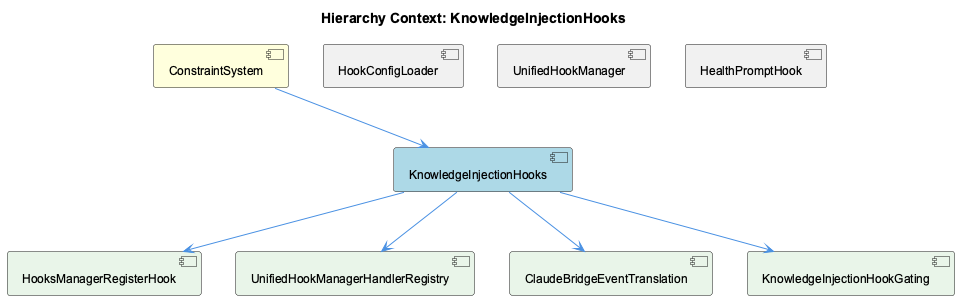
The PlantUML diagram knowledge-management/insights/images/knowledge-injection-hooks-relationship.png in fwornle/coding, before a commit.
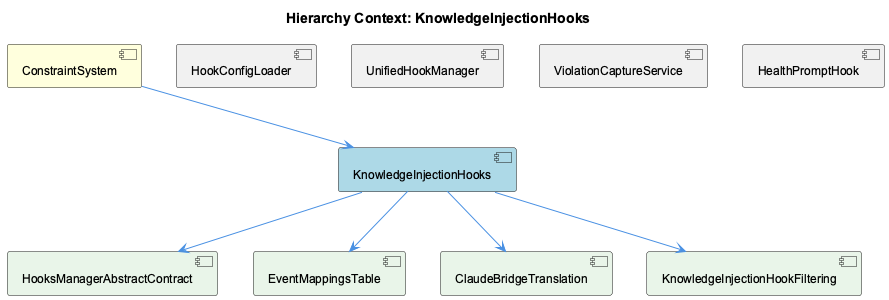
After the change.

Change to the diagram source:
```diff
@@ -7,19 +7,21 @@
 [KnowledgeInjectionHooks] as knowledge_injection_hooks #LightBlue
 [HookConfigLoader] as hook_config_loader #F0F0F0
 [UnifiedHookManager] as unified_hook_manager #F0F0F0
+[ViolationCaptureService] as violation_capture_service #F0F0F0
 [HealthPromptHook] as health_prompt_hook #F0F0F0
-[HooksManagerRegisterHook] as hooks_manager_register_hook #E8F5E8
-[UnifiedHookManagerHandlerRegistry] as unified_hook_manager_handler_registry #E8F5E8
-[ClaudeBridgeEventTranslation] as claude_bridge_event_translation #E8F5E8
-[KnowledgeInjectionHookGating] as knowledge_injection_hook_gating #E8F5E8
+[HooksManagerAbstractContract] as hooks_manager_abstract_contract #E8F5E8
+[EventMappingsTable] as event_mappings_table #E8F5E8
+[ClaudeBridgeTranslation] as claude_bridge_translation #E8F5E8
+[KnowledgeInjectionHookFiltering] as knowledge_injection_hook_filtering #E8F5E8
 
 constraint_system --> knowledge_injection_hooks
 hook_config_loader -[hidden]- knowledge_injection_hooks
 unified_hook_manager -[hidden]- knowledge_injection_hooks
+violation_capture_service -[hidden]- knowledge_injection_hooks
 health_prompt_hook -[hidden]- knowledge_injection_hooks
-knowledge_injection_hooks --> hooks_manager_register_hook
-knowledge_injection_hooks --> unified_hook_manager_handler_registry
-knowledge_injection_hooks --> claude_bridge_event_translation
-knowledge_injection_hooks --> knowledge_injection_hook_gating
+knowledge_injection_hooks --> hooks_manager_abstract_contract
+knowledge_injection_hooks --> event_mappings_table
+knowledge_injection_hooks --> claude_bridge_translation
+knowledge_injection_hooks --> knowledge_injection_hook_filtering
 
 @enduml
```
